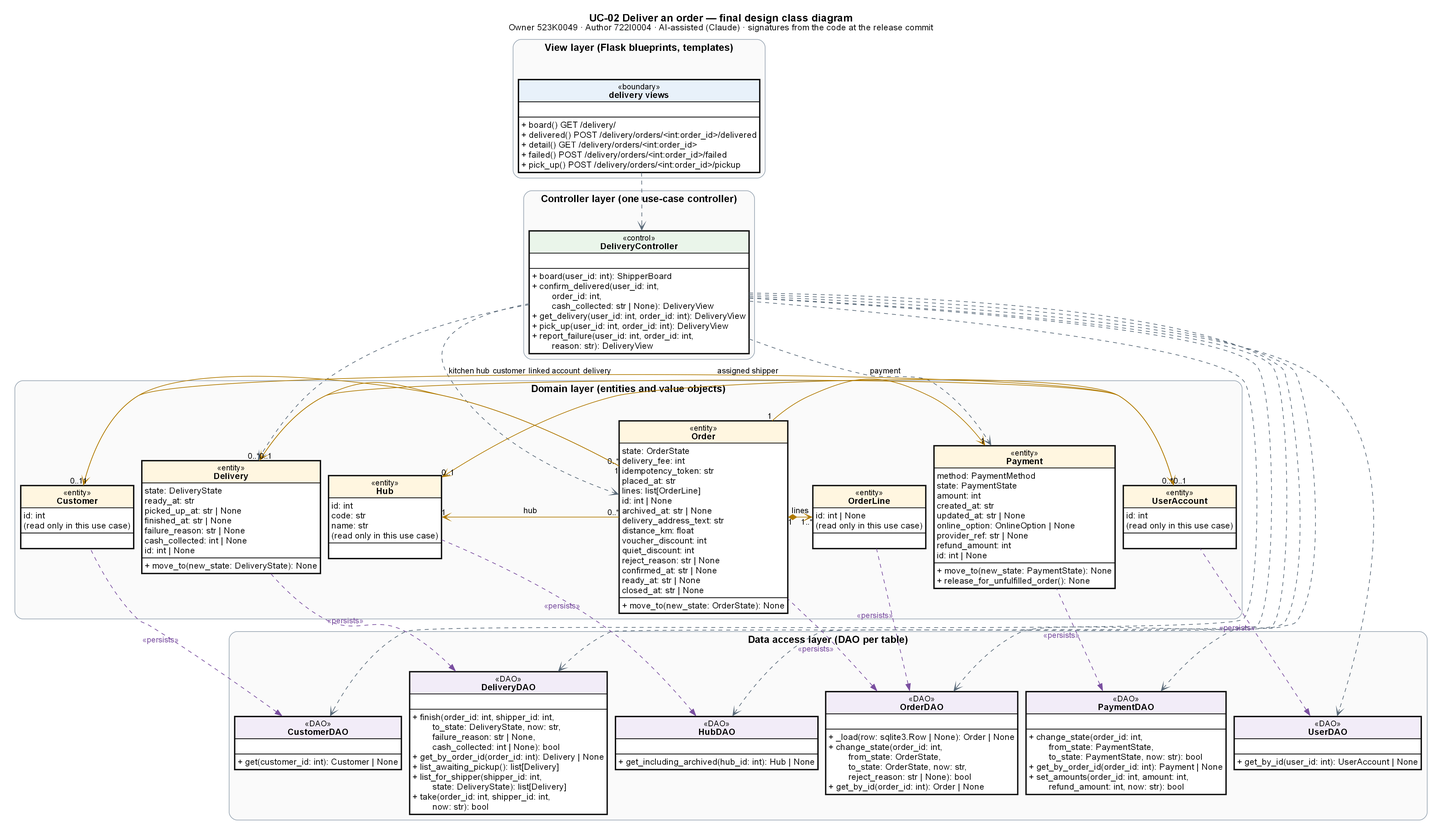
Before: models/UC-02/dcd_uc02_final_overview.png, a diagram exported from Graphviz (Dat071104/SaigonBite). Its source is kept beside it as models/UC-02/dcd_uc02_final_overview.dot.
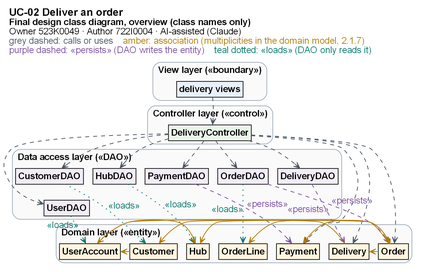
The same file after the commit.

The edit, as a diff of the source:
```diff
@@ -1,61 +1,63 @@
 digraph G {
-graph [rankdir=TB, nodesep=0.15, ranksep=0.5, fontname="Arial", fontsize=16, pad=0.2, dpi=200];
-node [shape=plain, fontname="Arial", fontsize=13];
-edge [fontname="Arial", fontsize=12];
-labelloc="t"; label=<<B>UC-02 Deliver an order — final design class diagram</B><BR/><FONT POINT-SIZE="13">Owner 523K0049 · Author 722I0004 · AI-assisted (Claude) · signatures from the code at the release commit</FONT>>;
-subgraph cluster_view { label=<<B>View layer (Flask blueprints, templates)</B>>; style="rounded,filled"; fillcolor="#FAFAFA"; color="#9AA7B4"; fontsize=15;
+graph [rankdir=TB, nodesep=0.2, ranksep=0.34, fontname="Arial", fontsize=14, pad=0.08, dpi=200, newrank=true];
+node [shape=plain, fontname="Arial", fontsize=14];
+edge [fontname="Arial", fontsize=14, arrowsize=0.9, penwidth=1.1];
+labelloc="t"; labeljust="l"; label=<<B><FONT POINT-SIZE="16">UC-02 Deliver an order</FONT></B><BR ALIGN="LEFT"/><B><FONT POINT-SIZE="14">Final design class diagram, overview (class names only)</FONT></B><BR ALIGN="LEFT"/><FONT POINT-SIZE="14">Owner 523K0049 · Author 722I0004 · AI-assisted (Claude)</FONT><BR ALIGN="LEFT"/><FONT POINT-SIZE="14" COLOR="#4A5663">grey dashed: calls or uses</FONT>    <FONT POINT-SIZE="14" COLOR="#B07A00">amber: association (multiplicities in the domain model, 2.1.7)</FONT>    <BR ALIGN="LEFT"/><FONT POINT-SIZE="14" COLOR="#7A4FA0">purple dashed: «persists» (DAO writes the entity)</FONT>    <FONT POINT-SIZE="14" COLOR="#00796B">teal dotted: «loads» (DAO only reads it)</FONT>    <BR ALIGN="LEFT"/>>;
+subgraph cluster_view { label=<<B>View layer («boundary»)</B>>; labeljust="l"; style="rounded,filled"; fillcolor="#FAFAFA"; color="#9AA7B4"; fontsize=14; margin=5;
   { rank=same; "bp_delivery"; }
-  "bp_delivery" [label=<<TABLE BORDER="1" CELLBORDER="1" CELLSPACING="0" CELLPADDING="3" BGCOLOR="white"><TR><TD BGCOLOR="#E8F1FA" BALIGN="CENTER"><FONT POINT-SIZE="12">«boundary»</FONT><BR/><B>delivery views</B></TD></TR><TR><TD ALIGN="LEFT" BALIGN="LEFT"> </TD></TR><TR><TD ALIGN="LEFT" BALIGN="LEFT">+ board() GET /delivery/<BR ALIGN="LEFT"/>+ delivered() POST /delivery/orders/&lt;int:order_id&gt;/delivered<BR ALIGN="LEFT"/>+ detail() GET /delivery/orders/&lt;int:order_id&gt;<BR ALIGN="LEFT"/>+ failed() POST /delivery/orders/&lt;int:order_id&gt;/failed<BR ALIGN="LEFT"/>+ pick_up() POST /delivery/orders/&lt;int:order_id&gt;/pickup<BR ALIGN="LEFT"/></TD></TR></TABLE>>];
+  "bp_delivery" [label=<<TABLE BORDER="1" CELLBORDER="0" CELLSPACING="0" CELLPADDING="3" BGCOLOR="#E8F1FA"><TR><TD><FONT POINT-SIZE="14"><B>delivery views</B></FONT></TD></TR></TABLE>>];
 }
-subgraph cluster_controller { label=<<B>Controller layer (one use-case controller)</B>>; style="rounded,filled"; fillcolor="#FAFAFA"; color="#9AA7B4"; fontsize=15;
+subgraph cluster_controller { label=<<B>Controller layer («control»)</B>>; labeljust="l"; style="rounded,filled"; fillcolor="#FAFAFA"; color="#9AA7B4"; fontsize=14; margin=5;
   { rank=same; "DeliveryController"; }
-  "DeliveryController" [label=<<TABLE BORDER="1" CELLBORDER="1" CELLSPACING="0" CELLPADDING="3" BGCOLOR="white"><TR><TD BGCOLOR="#EAF5EA" BALIGN="CENTER"><FONT POINT-SIZE="12">«control»</FONT><BR/><B>DeliveryController</B></TD></TR><TR><TD ALIGN="LEFT" BALIGN="LEFT"> </TD></TR><TR><TD ALIGN="LEFT" BALIGN="LEFT">+ board(user_id: int): ShipperBoard<BR ALIGN="LEFT"/>+ confirm_delivered(user_id: int,<BR ALIGN="LEFT"/>        order_id: int,<BR ALIGN="LEFT"/>        cash_collected: str | None): DeliveryView<BR ALIGN="LEFT"/>+ get_delivery(user_id: int, order_id: int): DeliveryView<BR ALIGN="LEFT"/>+ pick_up(user_id: int, order_id: int): DeliveryView<BR ALIGN="LEFT"/>+ report_failure(user_id: int, order_id: int,<BR ALIGN="LEFT"/>        reason: str): DeliveryView<BR ALIGN="LEFT"/></TD></TR></TABLE>>];
+  "DeliveryController" [label=<<TABLE BORDER="1" CELLBORDER="0" CELLSPACING="0" CELLPADDING="3" BGCOLOR="#EAF5EA"><TR><TD><FONT POINT-SIZE="14"><B>DeliveryController</B></FONT></TD></TR></TABLE>>];
 }
-subgraph cluster_domain { label=<<B>Domain layer (entities and value objects)</B>>; style="rounded,filled"; fillcolor="#FAFAFA"; color="#9AA7B4"; fontsize=15;
+"bp_delivery" -> "DeliveryController" [style=invis];
+subgraph cluster_dao { label=<<B>Data access layer («DAO»)</B>>; labeljust="l"; style="rounded,filled"; fillcolor="#FAFAFA"; color="#9AA7B4"; fontsize=14; margin=5;
+  { rank=same; "CustomerDAO"; "DeliveryDAO"; "HubDAO"; "OrderDAO"; "PaymentDAO"; }
+  { rank=same; "UserDAO"; }
+  "CustomerDAO" [label=<<TABLE BORDER="1" CELLBORDER="0" CELLSPACING="0" CELLPADDING="3" BGCOLOR="#F2ECF8"><TR><TD><FONT POINT-SIZE="14"><B>CustomerDAO</B></FONT></TD></TR></TABLE>>];
+  "DeliveryDAO" [label=<<TABLE BORDER="1" CELLBORDER="0" CELLSPACING="0" CELLPADDING="3" BGCOLOR="#F2ECF8"><TR><TD><FONT POINT-SIZE="14"><B>DeliveryDAO</B></FONT></TD></TR></TABLE>>];
+  "HubDAO" [label=<<TABLE BORDER="1" CELLBORDER="0" CELLSPACING="0" CELLPADDING="3" BGCOLOR="#F2ECF8"><TR><TD><FONT POINT-SIZE="14"><B>HubDAO</B></FONT></TD></TR></TABLE>>];
+  "OrderDAO" [label=<<TABLE BORDER="1" CELLBORDER="0" CELLSPACING="0" CELLPADDING="3" BGCOLOR="#F2ECF8"><TR><TD><FONT POINT-SIZE="14"><B>OrderDAO</B></FONT></TD></TR></TABLE>>];
+  "PaymentDAO" [label=<<TABLE BORDER="1" CELLBORDER="0" CELLSPACING="0" CELLPADDING="3" BGCOLOR="#F2ECF8"><TR><TD><FONT POINT-SIZE="14"><B>PaymentDAO</B></FONT></TD></TR></TABLE>>];
+  "UserDAO" [label=<<TABLE BORDER="1" CELLBORDER="0" CELLSPACING="0" CELLPADDING="3" BGCOLOR="#F2ECF8"><TR><TD><FONT POINT-SIZE="14"><B>UserDAO</B></FONT></TD></TR></TABLE>>];
+}
+"DeliveryController" -> "CustomerDAO" [style=invis];
+"CustomerDAO" -> "UserDAO" [style=invis];
+subgraph cluster_domain { label=<<B>Domain layer («entity»)</B>>; labeljust="l"; style="rounded,filled"; fillcolor="#FAFAFA"; color="#9AA7B4"; fontsize=14; margin=5;
   { rank=same; "Customer"; "Delivery"; "Hub"; "Order"; "OrderLine"; "Payment"; "UserAccount"; }
-  "Customer" [label=<<TABLE BORDER="1" CELLBORDER="1" CELLSPACING="0" CELLPADDING="3" BGCOLOR="white"><TR><TD BGCOLOR="#FFF6E0" BALIGN="CENTER"><FONT POINT-SIZE="12">«entity»</FONT><BR/><B>Customer</B></TD></TR><TR><TD ALIGN="LEFT" BALIGN="LEFT">id: int<BR ALIGN="LEFT"/>(read only in this use case)<BR ALIGN="LEFT"/></TD></TR><TR><TD ALIGN="LEFT" BALIGN="LEFT"> </TD></TR></TABLE>>];
-  "Delivery" [label=<<TABLE BORDER="1" CELLBORDER="1" CELLSPACING="0" CELLPADDING="3" BGCOLOR="white"><TR><TD BGCOLOR="#FFF6E0" BALIGN="CENTER"><FONT POINT-SIZE="12">«entity»</FONT><BR/><B>Delivery</B></TD></TR><TR><TD ALIGN="LEFT" BALIGN="LEFT">state: DeliveryState<BR ALIGN="LEFT"/>ready_at: str<BR ALIGN="LEFT"/>picked_up_at: str | None<BR ALIGN="LEFT"/>finished_at: str | None<BR ALIGN="LEFT"/>failure_reason: str | None<BR ALIGN="LEFT"/>cash_collected: int | None<BR ALIGN="LEFT"/>id: int | None<BR ALIGN="LEFT"/></TD></TR><TR><TD ALIGN="LEFT" BALIGN="LEFT">+ move_to(new_state: DeliveryState): None<BR ALIGN="LEFT"/></TD></TR></TABLE>>];
-  "Hub" [label=<<TABLE BORDER="1" CELLBORDER="1" CELLSPACING="0" CELLPADDING="3" BGCOLOR="white"><TR><TD BGCOLOR="#FFF6E0" BALIGN="CENTER"><FONT POINT-SIZE="12">«entity»</FONT><BR/><B>Hub</B></TD></TR><TR><TD ALIGN="LEFT" BALIGN="LEFT">id: int<BR ALIGN="LEFT"/>code: str<BR ALIGN="LEFT"/>name: str<BR ALIGN="LEFT"/>(read only in this use case)<BR ALIGN="LEFT"/></TD></TR><TR><TD ALIGN="LEFT" BALIGN="LEFT"> </TD></TR></TABLE>>];
-  "Order" [label=<<TABLE BORDER="1" CELLBORDER="1" CELLSPACING="0" CELLPADDING="3" BGCOLOR="white"><TR><TD BGCOLOR="#FFF6E0" BALIGN="CENTER"><FONT POINT-SIZE="12">«entity»</FONT><BR/><B>Order</B></TD></TR><TR><TD ALIGN="LEFT" BALIGN="LEFT">state: OrderState<BR ALIGN="LEFT"/>delivery_fee: int<BR ALIGN="LEFT"/>idempotency_token: str<BR ALIGN="LEFT"/>placed_at: str<BR ALIGN="LEFT"/>lines: list[OrderLine]<BR ALIGN="LEFT"/>id: int | None<BR ALIGN="LEFT"/>archived_at: str | None<BR ALIGN="LEFT"/>delivery_address_text: str<BR ALIGN="LEFT"/>distance_km: float<BR ALIGN="LEFT"/>voucher_discount: int<BR ALIGN="LEFT"/>quiet_discount: int<BR ALIGN="LEFT"/>reject_reason: str | None<BR ALIGN="LEFT"/>confirmed_at: str | None<BR ALIGN="LEFT"/>ready_at: str | None<BR ALIGN="LEFT"/>closed_at: str | None<BR ALIGN="LEFT"/></TD></TR><TR><TD ALIGN="LEFT" BALIGN="LEFT">+ move_to(new_state: OrderState): None<BR ALIGN="LEFT"/></TD></TR></TABLE>>];
-  "OrderLine" [label=<<TABLE BORDER="1" CELLBORDER="1" CELLSPACING="0" CELLPADDING="3" BGCOLOR="white"><TR><TD BGCOLOR="#FFF6E0" BALIGN="CENTER"><FONT POINT-SIZE="12">«entity»</FONT><BR/><B>OrderLine</B></TD></TR><TR><TD ALIGN="LEFT" BALIGN="LEFT">id: int | None<BR ALIGN="LEFT"/>(read only in this use case)<BR ALIGN="LEFT"/></TD></TR><TR><TD ALIGN="LEFT" BALIGN="LEFT"> </TD></TR></TABLE>>];
-  "Payment" [label=<<TABLE BORDER="1" CELLBORDER="1" CELLSPACING="0" CELLPADDING="3" BGCOLOR="white"><TR><TD BGCOLOR="#FFF6E0" BALIGN="CENTER"><FONT POINT-SIZE="12">«entity»</FONT><BR/><B>Payment</B></TD></TR><TR><TD ALIGN="LEFT" BALIGN="LEFT">method: PaymentMethod<BR ALIGN="LEFT"/>state: PaymentState<BR ALIGN="LEFT"/>amount: int<BR ALIGN="LEFT"/>created_at: str<BR ALIGN="LEFT"/>updated_at: str | None<BR ALIGN="LEFT"/>online_option: OnlineOption | None<BR ALIGN="LEFT"/>provider_ref: str | None<BR ALIGN="LEFT"/>refund_amount: int<BR ALIGN="LEFT"/>id: int | None<BR ALIGN="LEFT"/></TD></TR><TR><TD ALIGN="LEFT" BALIGN="LEFT">+ move_to(new_state: PaymentState): None<BR ALIGN="LEFT"/>+ release_for_unfulfilled_order(): None<BR ALIGN="LEFT"/></TD></TR></TABLE>>];
-  "UserAccount" [label=<<TABLE BORDER="1" CELLBORDER="1" CELLSPACING="0" CELLPADDING="3" BGCOLOR="white"><TR><TD BGCOLOR="#FFF6E0" BALIGN="CENTER"><FONT POINT-SIZE="12">«entity»</FONT><BR/><B>UserAccount</B></TD></TR><TR><TD ALIGN="LEFT" BALIGN="LEFT">id: int<BR ALIGN="LEFT"/>(read only in this use case)<BR ALIGN="LEFT"/></TD></TR><TR><TD ALIGN="LEFT" BALIGN="LEFT"> </TD></TR></TABLE>>];
+  "Customer" [label=<<TABLE BORDER="1" CELLBORDER="0" CELLSPACING="0" CELLPADDING="3" BGCOLOR="#FFF6E0"><TR><TD><FONT POINT-SIZE="14"><B>Customer</B></FONT></TD></TR></TABLE>>];
+  "Delivery" [label=<<TABLE BORDER="1" CELLBORDER="0" CELLSPACING="0" CELLPADDING="3" BGCOLOR="#FFF6E0"><TR><TD><FONT POINT-SIZE="14"><B>Delivery</B></FONT></TD></TR></TABLE>>];
+  "Hub" [label=<<TABLE BORDER="1" CELLBORDER="0" CELLSPACING="0" CELLPADDING="3" BGCOLOR="#FFF6E0"><TR><TD><FONT POINT-SIZE="14"><B>Hub</B></FONT></TD></TR></TABLE>>];
+  "Order" [label=<<TABLE BORDER="1" CELLBORDER="0" CELLSPACING="0" CELLPADDING="3" BGCOLOR="#FFF6E0"><TR><TD><FONT POINT-SIZE="14"><B>Order</B></FONT></TD></TR></TABLE>>];
+  "OrderLine" [label=<<TABLE BORDER="1" CELLBORDER="0" CELLSPACING="0" CELLPADDING="3" BGCOLOR="#FFF6E0"><TR><TD><FONT POINT-SIZE="14"><B>OrderLine</B></FONT></TD></TR></TABLE>>];
+  "Payment" [label=<<TABLE BORDER="1" CELLBORDER="0" CELLSPACING="0" CELLPADDING="3" BGCOLOR="#FFF6E0"><TR><TD><FONT POINT-SIZE="14"><B>Payment</B></FONT></TD></TR></TABLE>>];
+  "UserAccount" [label=<<TABLE BORDER="1" CELLBORDER="0" CELLSPACING="0" CELLPADDING="3" BGCOLOR="#FFF6E0"><TR><TD><FONT POINT-SIZE="14"><B>UserAccount</B></FONT></TD></TR></TABLE>>];
 }
-subgraph cluster_dao { label=<<B>Data access layer (DAO per table)</B>>; style="rounded,filled"; fillcolor="#FAFAFA"; color="#9AA7B4"; fontsize=15;
-  { rank=same; "CustomerDAO"; "DeliveryDAO"; "HubDAO"; "OrderDAO"; "PaymentDAO"; "UserDAO"; }
-  "CustomerDAO" [label=<<TABLE BORDER="1" CELLBORDER="1" CELLSPACING="0" CELLPADDING="3" BGCOLOR="white"><TR><TD BGCOLOR="#F2ECF8" BALIGN="CENTER"><FONT POINT-SIZE="12">«DAO»</FONT><BR/><B>CustomerDAO</B></TD></TR><TR><TD ALIGN="LEFT" BALIGN="LEFT"> </TD></TR><TR><TD ALIGN="LEFT" BALIGN="LEFT">+ get(customer_id: int): Customer | None<BR ALIGN="LEFT"/></TD></TR></TABLE>>];
-  "DeliveryDAO" [label=<<TABLE BORDER="1" CELLBORDER="1" CELLSPACING="0" CELLPADDING="3" BGCOLOR="white"><TR><TD BGCOLOR="#F2ECF8" BALIGN="CENTER"><FONT POINT-SIZE="12">«DAO»</FONT><BR/><B>DeliveryDAO</B></TD></TR><TR><TD ALIGN="LEFT" BALIGN="LEFT"> </TD></TR><TR><TD ALIGN="LEFT" BALIGN="LEFT">+ finish(order_id: int, shipper_id: int,<BR ALIGN="LEFT"/>        to_state: DeliveryState, now: str,<BR ALIGN="LEFT"/>        failure_reason: str | None,<BR ALIGN="LEFT"/>        cash_collected: int | None): bool<BR ALIGN="LEFT"/>+ get_by_order_id(order_id: int): Delivery | None<BR ALIGN="LEFT"/>+ list_awaiting_pickup(): list[Delivery]<BR ALIGN="LEFT"/>+ list_for_shipper(shipper_id: int,<BR ALIGN="LEFT"/>        state: DeliveryState): list[Delivery]<BR ALIGN="LEFT"/>+ take(order_id: int, shipper_id: int,<BR ALIGN="LEFT"/>        now: str): bool<BR ALIGN="LEFT"/></TD></TR></TABLE>>];
-  "HubDAO" [label=<<TABLE BORDER="1" CELLBORDER="1" CELLSPACING="0" CELLPADDING="3" BGCOLOR="white"><TR><TD BGCOLOR="#F2ECF8" BALIGN="CENTER"><FONT POINT-SIZE="12">«DAO»</FONT><BR/><B>HubDAO</B></TD></TR><TR><TD ALIGN="LEFT" BALIGN="LEFT"> </TD></TR><TR><TD ALIGN="LEFT" BALIGN="LEFT">+ get_including_archived(hub_id: int): Hub | None<BR ALIGN="LEFT"/></TD></TR></TABLE>>];
-  "OrderDAO" [label=<<TABLE BORDER="1" CELLBORDER="1" CELLSPACING="0" CELLPADDING="3" BGCOLOR="white"><TR><TD BGCOLOR="#F2ECF8" BALIGN="CENTER"><FONT POINT-SIZE="12">«DAO»</FONT><BR/><B>OrderDAO</B></TD></TR><TR><TD ALIGN="LEFT" BALIGN="LEFT"> </TD></TR><TR><TD ALIGN="LEFT" BALIGN="LEFT">+ _load(row: sqlite3.Row | None): Order | None<BR ALIGN="LEFT"/>+ change_state(order_id: int,<BR ALIGN="LEFT"/>        from_state: OrderState,<BR ALIGN="LEFT"/>        to_state: OrderState, now: str,<BR ALIGN="LEFT"/>        reject_reason: str | None): bool<BR ALIGN="LEFT"/>+ get_by_id(order_id: int): Order | None<BR ALIGN="LEFT"/></TD></TR></TABLE>>];
-  "PaymentDAO" [label=<<TABLE BORDER="1" CELLBORDER="1" CELLSPACING="0" CELLPADDING="3" BGCOLOR="white"><TR><TD BGCOLOR="#F2ECF8" BALIGN="CENTER"><FONT POINT-SIZE="12">«DAO»</FONT><BR/><B>PaymentDAO</B></TD></TR><TR><TD ALIGN="LEFT" BALIGN="LEFT"> </TD></TR><TR><TD ALIGN="LEFT" BALIGN="LEFT">+ change_state(order_id: int,<BR ALIGN="LEFT"/>        from_state: PaymentState,<BR ALIGN="LEFT"/>        to_state: PaymentState, now: str): bool<BR ALIGN="LEFT"/>+ get_by_order_id(order_id: int): Payment | None<BR ALIGN="LEFT"/>+ set_amounts(order_id: int, amount: int,<BR ALIGN="LEFT"/>        refund_amount: int, now: str): bool<BR ALIGN="LEFT"/></TD></TR></TABLE>>];
-  "UserDAO" [label=<<TABLE BORDER="1" CELLBORDER="1" CELLSPACING="0" CELLPADDING="3" BGCOLOR="white"><TR><TD BGCOLOR="#F2ECF8" BALIGN="CENTER"><FONT POINT-SIZE="12">«DAO»</FONT><BR/><B>UserDAO</B></TD></TR><TR><TD ALIGN="LEFT" BALIGN="LEFT"> </TD></TR><TR><TD ALIGN="LEFT" BALIGN="LEFT">+ get_by_id(user_id: int): UserAccount | None<BR ALIGN="LEFT"/></TD></TR></TABLE>>];
+"UserDAO" -> "Customer" [style=invis];
+"CustomerDAO" -> "Customer" [style=dotted, arrowhead=vee, color="#00796B", fontcolor="#00796B", xlabel="«loads»"];
+"DeliveryController" -> "CustomerDAO" [style=dashed, arrowhead=vee, color="#4A5663"];
+"DeliveryController" -> "Delivery" [style=dashed, arrowhead=vee, color="#4A5663"];
+"DeliveryController" -> "DeliveryDAO" [style=dashed, arrowhead=vee, color="#4A5663"];
+"DeliveryController" -> "HubDAO" [style=dashed, arrowhead=vee, color="#4A5663"];
+"DeliveryController" -> "Order" [style=dashed, arrowhead=vee, color="#4A5663"];
+"DeliveryController" -> "OrderDAO" [style=dashed, arrowhead=vee, color="#4A5663"];
+"DeliveryController" -> "Payment" [style=dashed, arrowhead=vee, color="#4A5663"];
+"DeliveryController" -> "PaymentDAO" [style=dashed, arrowhead=vee, color="#4A5663"];
+"DeliveryController" -> "UserDAO" [style=dashed, arrowhead=vee, color="#4A5663"];
+"DeliveryDAO" -> "Delivery" [style=dashed, arrowhead=vee, color="#7A4FA0", fontcolor="#7A4FA0", xlabel="«persists»"];
+"HubDAO" -> "Hub" [style=dotted, arrowhead=vee, color="#00796B", fontcolor="#00796B", xlabel="«loads»"];
+"OrderDAO" -> "Order" [style=dashed, arrowhead=vee, color="#7A4FA0", fontcolor="#7A4FA0", xlabel="«persists»"];
+"OrderDAO" -> "OrderLine" [style=dotted, arrowhead=vee, color="#00796B", fontcolor="#00796B", xlabel="«loads»"];
+"PaymentDAO" -> "Payment" [style=dashed, arrowhead=vee, color="#7A4FA0", fontcolor="#7A4FA0", xlabel="«persists»"];
+"UserDAO" -> "UserAccount" [style=dotted, arrowhead=vee, color="#00796B", fontcolor="#00796B", xlabel="«loads»"];
+"bp_delivery" -> "DeliveryController" [style=dashed, arrowhead=vee, color="#4A5663"];
+"Customer" -> "UserAccount" [arrowhead=vee, dir=both, arrowtail=none, color="#B07A00", fontcolor="#B07A00", constraint=false];
+"Order" -> "Customer" [arrowhead=vee, dir=both, arrowtail=none, color="#B07A00", fontcolor="#B07A00", constraint=false];
+"Order" -> "Hub" [arrowhead=vee, dir=both, arrowtail=none, color="#B07A00", fontcolor="#B07A00", constraint=false];
+"Order" -> "OrderLine" [arrowhead=vee, dir=both, arrowtail=diamond, color="#B07A00", fontcolor="#B07A00", constraint=false];
+"Order" -> "Payment" [arrowhead=vee, dir=both, arrowtail=none, color="#B07A00", fontcolor="#B07A00", constraint=false];
+"Order" -> "Delivery" [arrowhead=vee, dir=both, arrowtail=none, color="#B07A00", fontcolor="#B07A00", constraint=false];
+"Delivery" -> "UserAccount" [arrowhead=vee, dir=both, arrowtail=none, color="#B07A00", fontcolor="#B07A00", constraint=false];
+"UserAccount" -> "Hub" [arrowhead=vee, dir=both, arrowtail=none, color="#B07A00", fontcolor="#B07A00", constraint=false];
 }
-"bp_delivery" -> "DeliveryController" [style=invis, weight=5];
-"DeliveryController" -> "Customer" [style=invis, weight=5];
-"Customer" -> "CustomerDAO" [style=invis, weight=5];
-"DeliveryController" -> "CustomerDAO" [style=dashed, arrowhead=vee, color="#5B6B7A"];
-"DeliveryController" -> "Delivery" [style=dashed, arrowhead=vee, color="#5B6B7A"];
-"DeliveryController" -> "DeliveryDAO" [style=dashed, arrowhead=vee, color="#5B6B7A"];
-"DeliveryController" -> "HubDAO" [style=dashed, arrowhead=vee, color="#5B6B7A"];
-"DeliveryController" -> "Order" [style=dashed, arrowhead=vee, color="#5B6B7A"];
-"DeliveryController" -> "OrderDAO" [style=dashed, arrowhead=vee, color="#5B6B7A"];
-"DeliveryController" -> "Payment" [style=dashed, arrowhead=vee, color="#5B6B7A"];
-"DeliveryController" -> "PaymentDAO" [style=dashed, arrowhead=vee, color="#5B6B7A"];
-"DeliveryController" -> "UserDAO" [style=dashed, arrowhead=vee, color="#5B6B7A"];
-"bp_delivery" -> "DeliveryController" [style=dashed, arrowhead=vee, color="#5B6B7A"];
-"CustomerDAO" -> "Customer" [style=dashed, arrowhead=vee, dir=back, color="#7A4FA0", xlabel="«persists»", fontcolor="#7A4FA0", constraint=false];
-"DeliveryDAO" -> "Delivery" [style=dashed, arrowhead=vee, dir=back, color="#7A4FA0", xlabel="«persists»", fontcolor="#7A4FA0", constraint=false];
-"HubDAO" -> "Hub" [style=dashed, arrowhead=vee, dir=back, color="#7A4FA0", xlabel="«persists»", fontcolor="#7A4FA0", constraint=false];
-"OrderDAO" -> "OrderLine" [style=dashed, arrowhead=vee, dir=back, color="#7A4FA0", xlabel="«persists»", fontcolor="#7A4FA0", constraint=false];
-"OrderDAO" -> "Order" [style=dashed, arrowhead=vee, dir=back, color="#7A4FA0", xlabel="«persists»", fontcolor="#7A4FA0", constraint=false];
-"PaymentDAO" -> "Payment" [style=dashed, arrowhead=vee, dir=back, color="#7A4FA0", xlabel="«persists»", fontcolor="#7A4FA0", constraint=false];
-"UserDAO" -> "UserAccount" [style=dashed, arrowhead=vee, dir=back, color="#7A4FA0", xlabel="«persists»", fontcolor="#7A4FA0", constraint=false];
-"Customer" -> "UserAccount" [arrowhead=vee, dir=both, arrowtail=none, taillabel="0..1", headlabel="1", label="linked account", color="#B07A00", constraint=false];
-"Order" -> "Customer" [arrowhead=vee, dir=both, arrowtail=none, taillabel="0..*", headlabel="1", label="customer", color="#B07A00", constraint=false];
-"Order" -> "Hub" [arrowhead=vee, dir=both, arrowtail=none, taillabel="0..*", headlabel="1", label="hub", color="#B07A00", constraint=false];
-"Order" -> "OrderLine" [arrowhead=vee, dir=both, arrowtail=diamond, taillabel="1", headlabel="1..*", label="lines", color="#B07A00", constraint=false];
-"Order" -> "Payment" [arrowhead=vee, dir=both, arrowtail=none, taillabel="1", headlabel="1", label="payment", color="#B07A00", constraint=false];
-"Order" -> "Delivery" [arrowhead=vee, dir=both, arrowtail=none, taillabel="1", headlabel="0..1", label="delivery", color="#B07A00", constraint=false];
-"Delivery" -> "UserAccount" [arrowhead=vee, dir=both, arrowtail=none, taillabel="0..*", headlabel="0..1", label="assigned shipper", color="#B07A00", constraint=false];
-"UserAccount" -> "Hub" [arrowhead=vee, dir=both, arrowtail=none, taillabel="0..*", headlabel="0..1", label="kitchen hub", color="#B07A00", constraint=false];
-}
```
